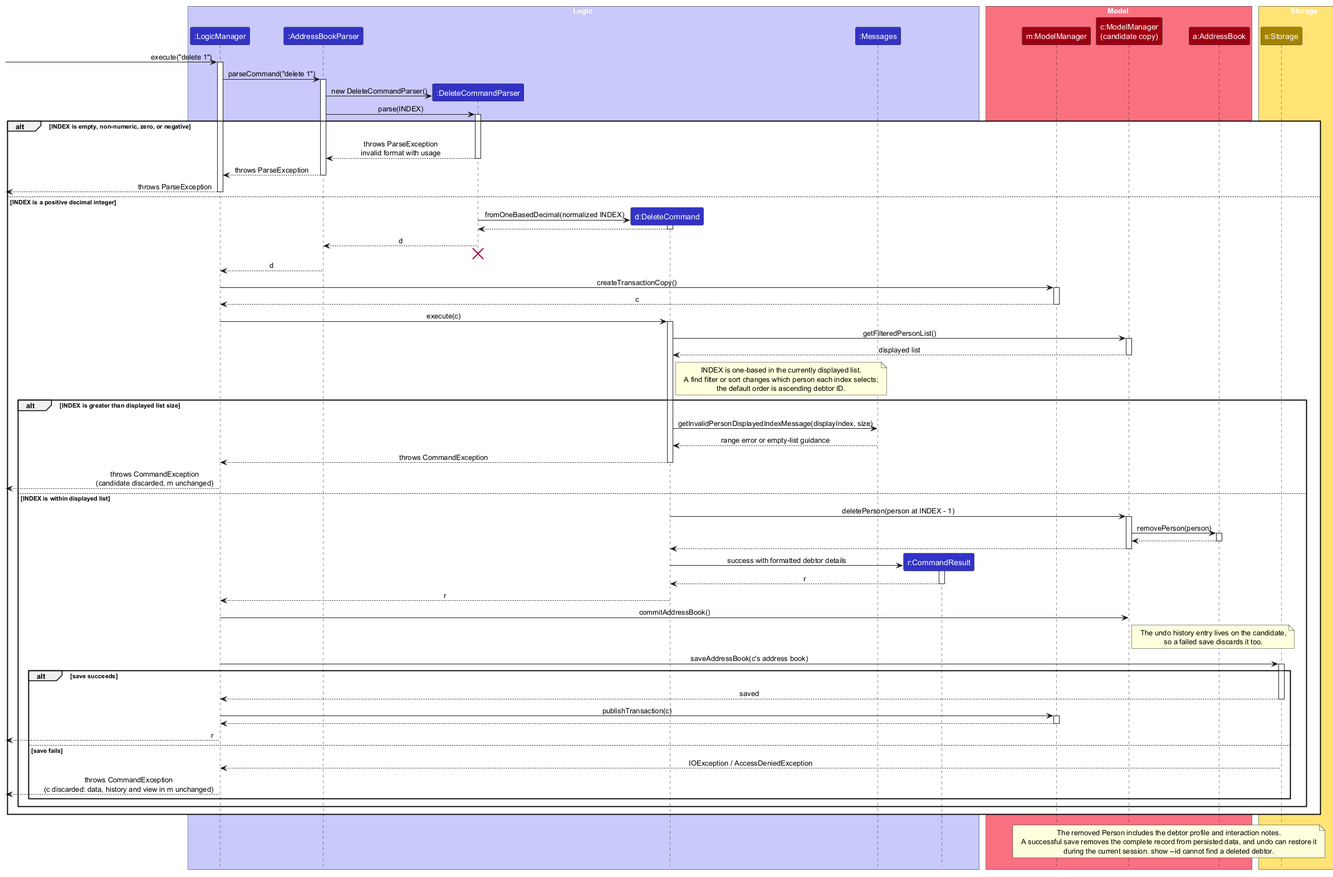
Earlier version of the PlantUML export docs/images/DeleteSequenceDiagram.png (AY2627S1-CS2103T-F08-1/tp).
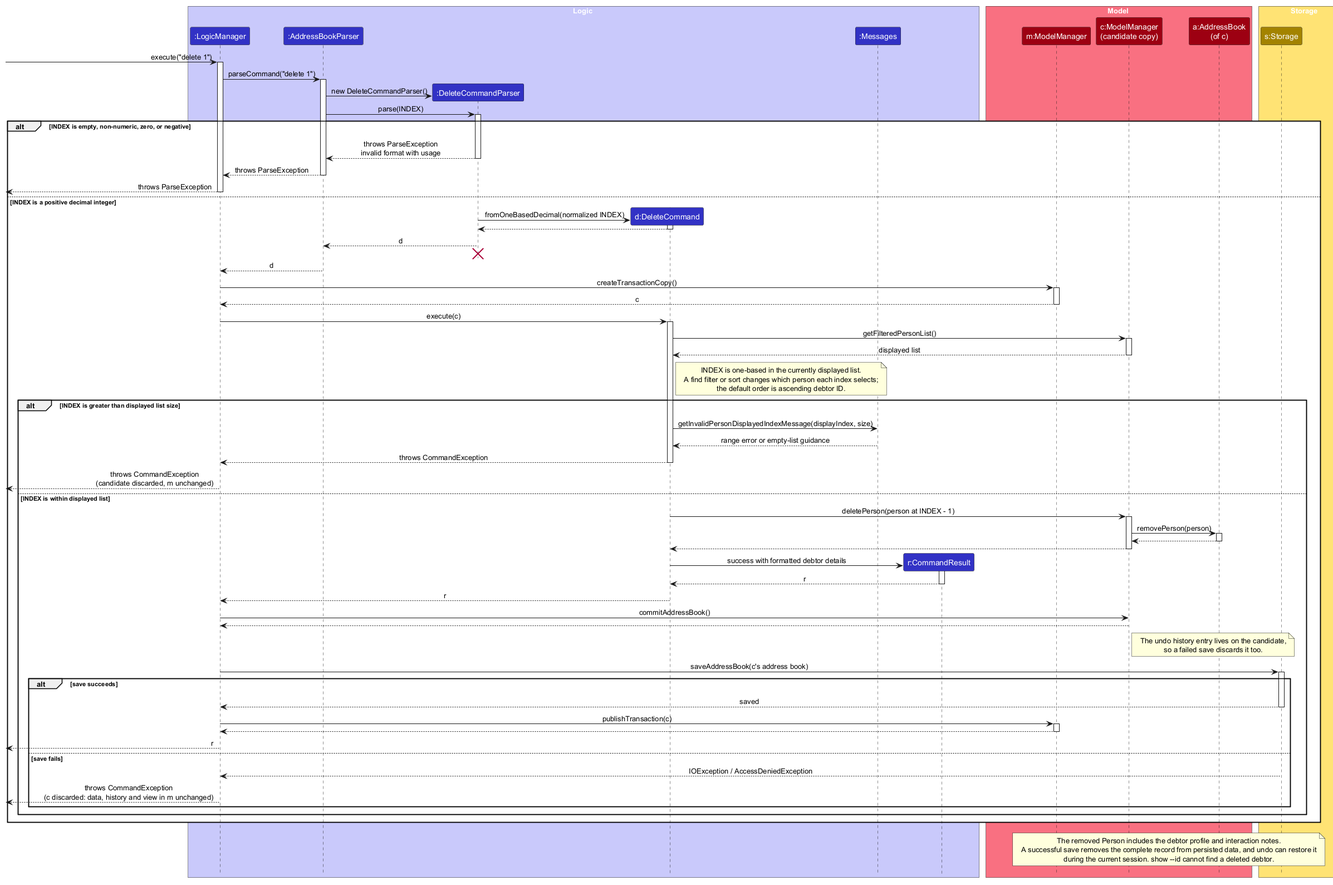
After the change.

Commit message:
docs(dg): show the candidate copy and publish step in find/list, and clarify the Logic steps

The edit, as a diff of the source:
```diff
@@ -14,7 +14,7 @@
 box Model MODEL_COLOR_T1
 participant "m:ModelManager" as Model MODEL_COLOR
 participant "c:ModelManager\n(candidate copy)" as Candidate MODEL_COLOR
-participant "a:AddressBook" as AddressBook MODEL_COLOR
+participant "a:AddressBook\n(of c)" as AddressBook MODEL_COLOR
 end box
 
 box Storage STORAGE_COLOR_T1
@@ -98,6 +98,7 @@
         deactivate DeleteCommand
 
         LogicManager -> Candidate : commitAddressBook()
+        Candidate --> LogicManager
         note right of Candidate
             The undo history entry lives on the candidate,
             so a failed save discards it too.
```
